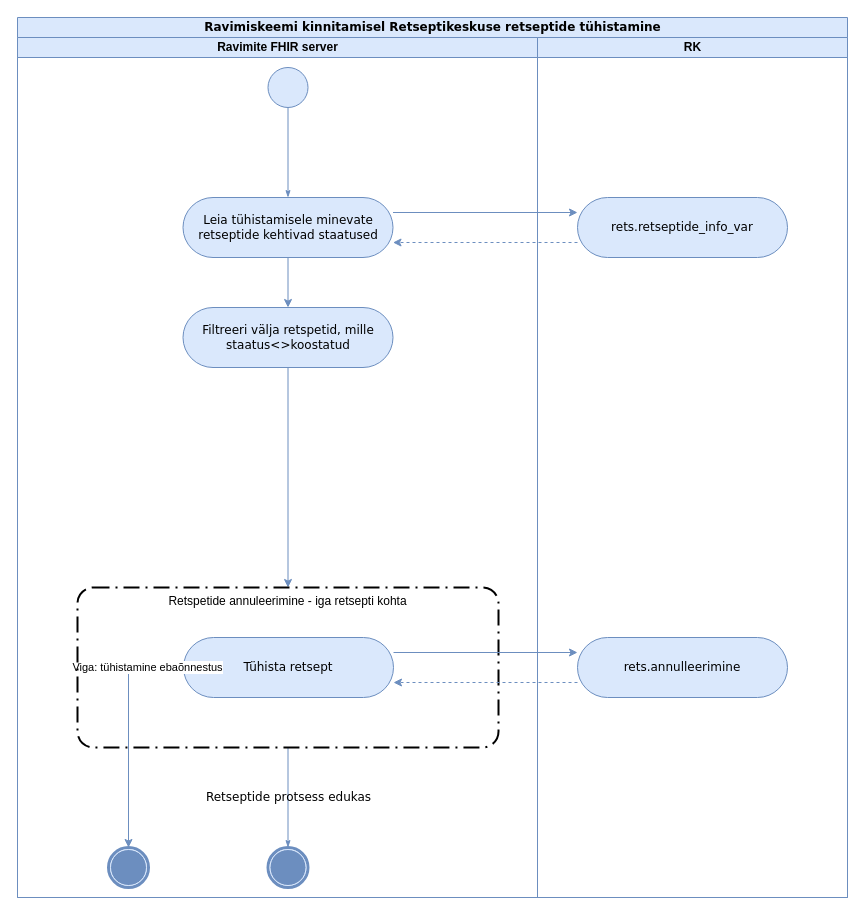
The draw.io diagram input/images-source/rkrtyhistamine.drawio in TEHIK-EE/ig-ee-medication-scheme, before the edit. Source tidied: cells renumbered, new cells numbered last; positions are measured from the earlier drawing's top-left corner, leaving out a move shared by most shapes. Both pictures are drawn from the tidied source at 100%, with x=0, y=0 at pixel (17, 17).
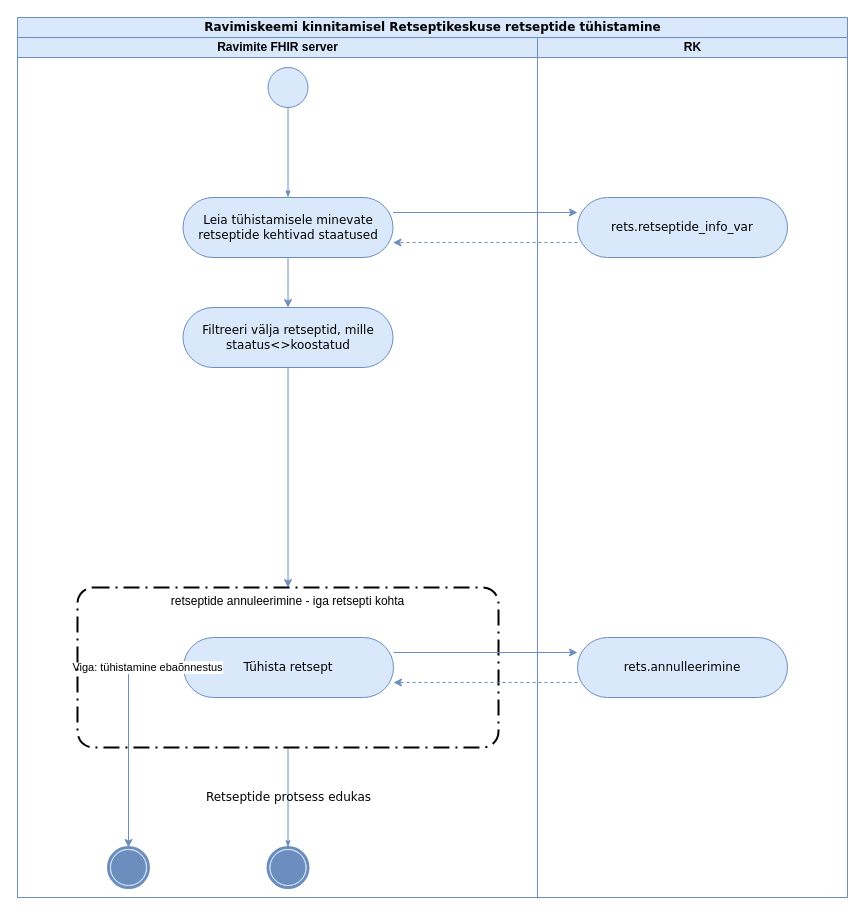
The same diagram, later.

Unchanged cells that the change refers to:
```xml
<mxCell id="3" value="Ravimite FHIR server" style="swimlane;html=1;startSize=20;fillColor=#dae8fc;strokeColor=#6c8ebf;" parent="2" vertex="1">
  <mxGeometry y="20" width="520" height="860" as="geometry" />
</mxCell>
```

Change to the diagram source:
```diff
@@
-    <mxCell id="9" value="Filtreeri välja retspetid, mille staatus&amp;lt;&amp;gt;koostatud" style="rounded=1;whiteSpace=wrap;html=1;shadow=0;comic=0;labelBackgroundColor=none;strokeWidth=1;fontFamily=Verdana;fontSize=12;align=center;arcSize=50;fillColor=#dae8fc;strokeColor=#6c8ebf;" parent="3" vertex="1">
+    <mxCell id="9" value="Filtreeri välja retseptid, mille staatus&amp;lt;&amp;gt;koostatud" style="rounded=1;whiteSpace=wrap;html=1;shadow=0;comic=0;labelBackgroundColor=none;strokeWidth=1;fontFamily=Verdana;fontSize=12;align=center;arcSize=50;fillColor=#dae8fc;strokeColor=#6c8ebf;" parent="3" vertex="1">
       <mxGeometry x="165.5" y="270" width="210" height="60" as="geometry" />
     </mxCell>
@@
-    <mxCell id="15" value="Retspetide annuleerimine - iga retsepti kohta" style="points=[[0.25,0,0],[0.5,0,0],[0.75,0,0],[1,0.25,0],[1,0.5,0],[1,0.75,0],[0.75,1,0],[0.5,1,0],[0.25,1,0],[0,0.75,0],[0,0.5,0],[0,0.25,0]];rounded=1;arcSize=10;dashed=1;strokeColor=#000000;fillColor=none;gradientColor=none;dashPattern=8 3 1 3;strokeWidth=2;whiteSpace=wrap;html=1;verticalAlign=top;" parent="3" vertex="1">
+    <mxCell id="15" value="retseptide annuleerimine - iga retsepti kohta" style="points=[[0.25,0,0],[0.5,0,0],[0.75,0,0],[1,0.25,0],[1,0.5,0],[1,0.75,0],[0.75,1,0],[0.5,1,0],[0.25,1,0],[0,0.75,0],[0,0.5,0],[0,0.25,0]];rounded=1;arcSize=10;dashed=1;strokeColor=#000000;fillColor=none;gradientColor=none;dashPattern=8 3 1 3;strokeWidth=2;whiteSpace=wrap;html=1;verticalAlign=top;" parent="3" vertex="1">
       <mxGeometry x="60" y="550" width="421" height="160" as="geometry" />
     </mxCell>
```
